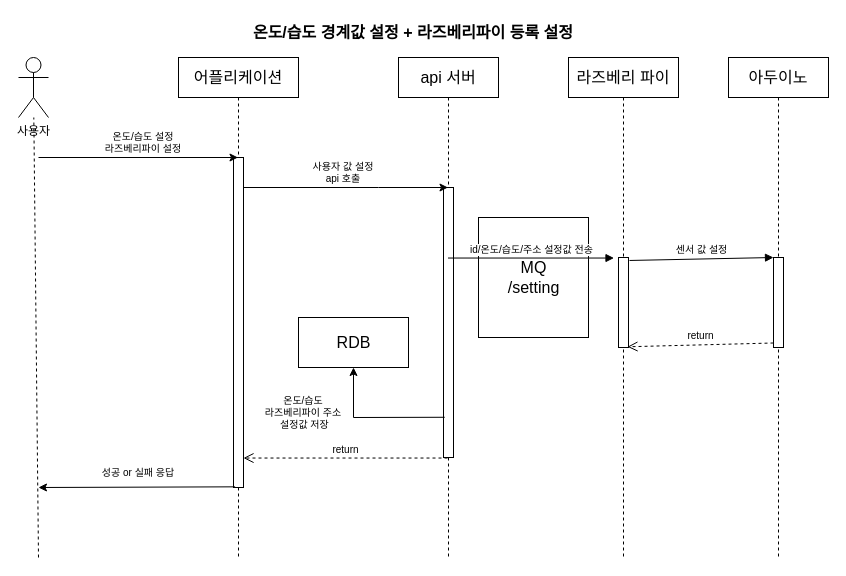
veryneuron/study_mate_project keeps this draw.io diagram as page "온도/습도 경계값 설정" (7 of 12) of doc/UML.drawio. Above is the earlier version. Source tidied: cells renumbered, new cells numbered last; positions are measured from the earlier drawing's top-left corner, leaving out a move shared by most shapes. Both pictures are drawn from the tidied source at 100%, with x=0, y=0 at pixel (18, 17).
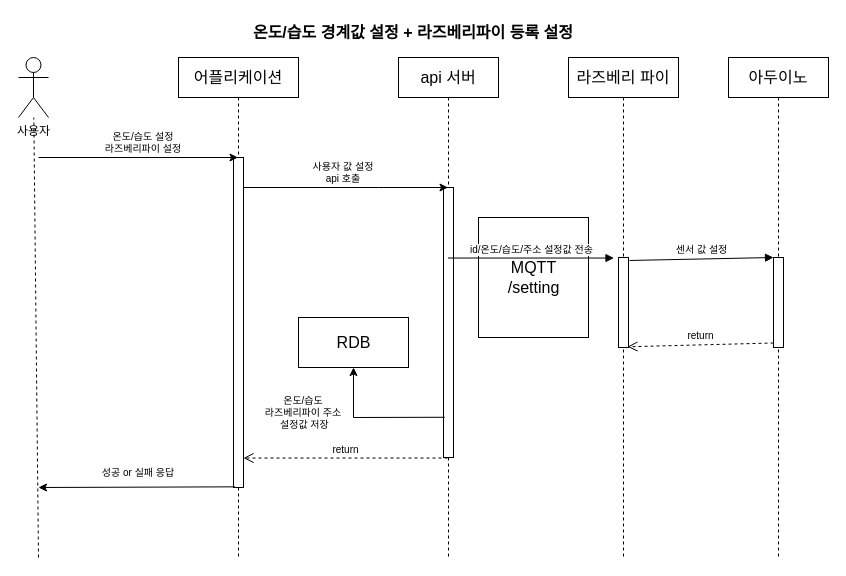
The same diagram, later.

Change to the diagram source:
```diff
@@
-    <mxCell id="2" value="MQ&lt;br&gt;/setting" style="html=1;fontSize=16;" parent="1" vertex="1">
+    <mxCell id="2" value="MQTT&lt;br&gt;/setting" style="html=1;fontSize=16;" parent="1" vertex="1">
       <mxGeometry x="460" y="200" width="110" height="120" as="geometry" />
     </mxCell>
```
